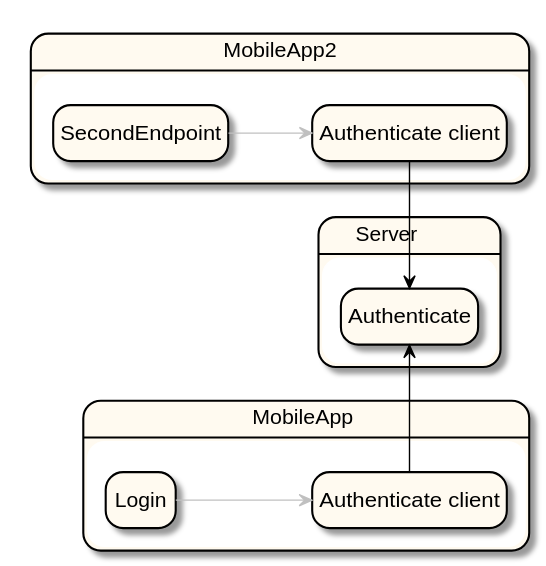
Above: docs/integrationEPA.svg in anz-bank/sysl-catalog (PlantUML), before the change. Source of this version:
```plantuml
@startuml


left to right direction
scale max 16384 height
hide empty description
skinparam state {
  BackgroundColor FloralWhite
  BorderColor Black
  ArrowColor Crimson
}
state "MobileApp" as X_0 <<highlight>> {
  state "Authenticate client" as _0 <<highlight>>
  state "Login" as _1 <<highlight>>
}
state "MobileApp2" as X_1 <<highlight>> {
  state "Authenticate client" as _2 <<highlight>>
  state "SecondEndpoint" as _3 <<highlight>>
}
state "Server" as X_2 <<highlight>> {
  state "Authenticate" as _4 <<highlight>>
}
_1 -[#silver]-> _0
_0 -[#black]> _4
_3 -[#silver]-> _2
_2 -[#black]> _4
@enduml
```
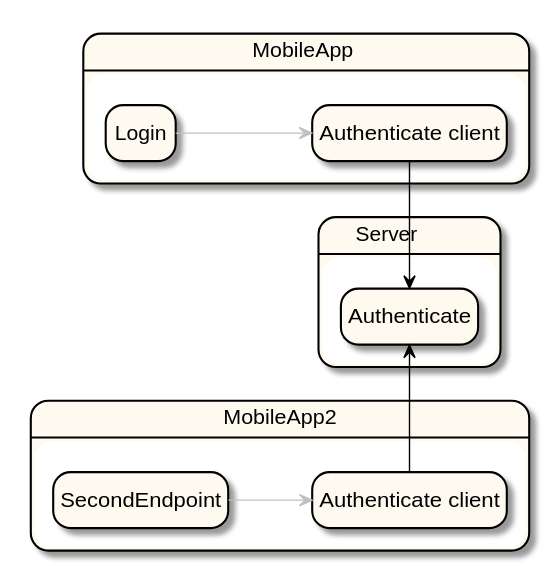
The same diagram one commit later.

What changed in the source:
```diff
@@ -20,8 +20,8 @@
 state "Server" as X_2 <<highlight>> {
   state "Authenticate" as _4 <<highlight>>
 }
+_3 -[#silver]-> _2
+_2 -[#black]> _4
 _1 -[#silver]-> _0
 _0 -[#black]> _4
-_3 -[#silver]-> _2
-_2 -[#black]> _4
 @enduml
```
